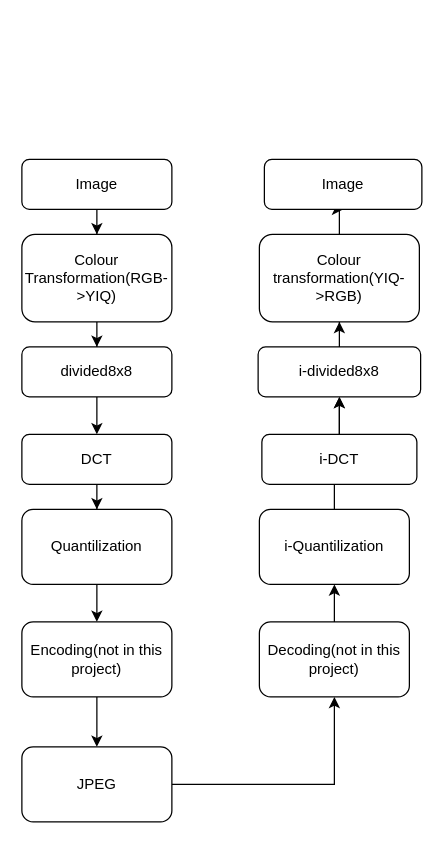
Earlier version of the draw.io diagram Untitled Diagram.drawio (ShutongJIN/JEPG_compression-decompression). Source tidied: cells renumbered, new cells numbered last; positions are measured from the earlier drawing's top-left corner, leaving out a move shared by most shapes. Both pictures are drawn from the tidied source at 125%, with x=0, y=0 at pixel (21, 159).
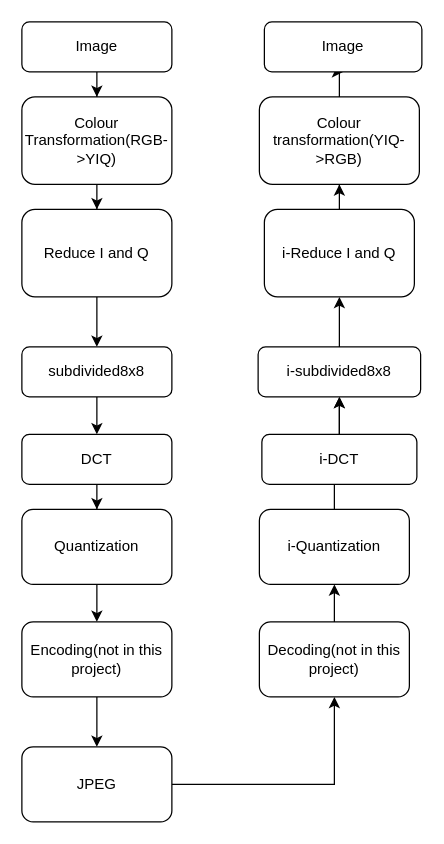
The same diagram, later.

What changed in the source:
```diff
@@
     <mxCell id="3" value="Image" style="rounded=1;whiteSpace=wrap;html=1;fontSize=12;glass=0;strokeWidth=1;shadow=0;" parent="1" vertex="1">
-      <mxGeometry width="120" height="40" as="geometry" />
+      <mxGeometry y="-110" width="120" height="40" as="geometry" />
     </mxCell>
@@
+    <mxCell id="27" style="edgeStyle=orthogonalEdgeStyle;rounded=0;jettySize=auto;html=1;" parent="1" edge="1" source="7" target="30">
+      <mxGeometry relative="1" as="geometry" />
+    </mxCell>
     <mxCell id="7" value="Colour Transformation(RGB-&amp;gt;YIQ)" style="rounded=1;whiteSpace=wrap;html=1;" parent="1" vertex="1">
-      <mxGeometry y="60" width="120" height="70" as="geometry" />
+      <mxGeometry y="-50" width="120" height="70" as="geometry" />
     </mxCell>
-    <mxCell id="8" value="divided8x8" style="rounded=1;whiteSpace=wrap;html=1;fontSize=12;glass=0;strokeWidth=1;shadow=0;" parent="1" vertex="1">
+    <mxCell id="8" value="subdivided8x8" style="rounded=1;whiteSpace=wrap;html=1;fontSize=12;glass=0;strokeWidth=1;shadow=0;" parent="1" vertex="1">
       <mxGeometry y="150" width="120" height="40" as="geometry" />
     </mxCell>
-    <mxCell id="9" style="edgeStyle=orthogonalEdgeStyle;rounded=0;jettySize=auto;html=1;" parent="1" edge="1" source="7" target="8">
-      <mxGeometry relative="1" as="geometry" />
-    </mxCell>
@@
-    <mxCell id="11" value="Quantilization" style="whiteSpace=wrap;html=1;rounded=1;shadow=0;strokeWidth=1;glass=0;" parent="1" vertex="1">
+    <mxCell id="11" value="Quantization" style="whiteSpace=wrap;html=1;rounded=1;shadow=0;strokeWidth=1;glass=0;" parent="1" vertex="1">
       <mxGeometry y="280" width="120" height="60" as="geometry" />
     </mxCell>
@@
-    <mxCell id="19" value="i-Quantilization" style="whiteSpace=wrap;html=1;rounded=1;shadow=0;strokeWidth=1;glass=0;" parent="1" vertex="1">
+    <mxCell id="19" value="i-Quantization" style="whiteSpace=wrap;html=1;rounded=1;shadow=0;strokeWidth=1;glass=0;" parent="1" vertex="1">
       <mxGeometry x="190" y="280" width="120" height="60" as="geometry" />
     </mxCell>
@@
-    <mxCell id="22" style="edgeStyle=orthogonalEdgeStyle;rounded=0;jettySize=auto;html=1;" parent="1" edge="1" source="23" target="25">
-      <mxGeometry relative="1" as="geometry" />
-    </mxCell>
+    <mxCell id="28" style="edgeStyle=orthogonalEdgeStyle;rounded=0;jettySize=auto;html=1;" parent="1" edge="1" source="23" target="32">
+      <mxGeometry relative="1" as="geometry" />
+    </mxCell>
-    <mxCell id="23" value="i-divided8x8" style="whiteSpace=wrap;html=1;rounded=1;shadow=0;strokeWidth=1;glass=0;" parent="1" vertex="1">
+    <mxCell id="23" value="i-subdivided8x8" style="whiteSpace=wrap;html=1;rounded=1;shadow=0;strokeWidth=1;glass=0;" parent="1" vertex="1">
       <mxGeometry x="189" y="150" width="130" height="40" as="geometry" />
     </mxCell>
@@
     <mxCell id="25" value="Colour transformation(YIQ-&amp;gt;RGB)" style="whiteSpace=wrap;html=1;rounded=1;shadow=0;strokeWidth=1;glass=0;" parent="1" vertex="1">
-      <mxGeometry x="190" y="60" width="128" height="70" as="geometry" />
+      <mxGeometry x="190" y="-50" width="128" height="70" as="geometry" />
     </mxCell>
     <mxCell id="26" value="Image" style="whiteSpace=wrap;html=1;rounded=1;shadow=0;strokeWidth=1;glass=0;" parent="1" vertex="1">
-      <mxGeometry x="194" width="126" height="40" as="geometry" />
+      <mxGeometry x="194" y="-110" width="126" height="40" as="geometry" />
     </mxCell>
+    <mxCell id="29" style="edgeStyle=orthogonalEdgeStyle;rounded=0;jettySize=auto;html=1;" parent="1" edge="1" source="30" target="8">
+      <mxGeometry relative="1" as="geometry" />
+    </mxCell>
+    <mxCell id="30" value="Reduce I and Q" style="rounded=1;whiteSpace=wrap;html=1;" parent="1" vertex="1">
+      <mxGeometry y="40" width="120" height="70" as="geometry" />
+    </mxCell>
+    <mxCell id="31" style="edgeStyle=orthogonalEdgeStyle;rounded=0;jettySize=auto;html=1;" parent="1" edge="1" source="32" target="25">
+      <mxGeometry relative="1" as="geometry" />
+    </mxCell>
+    <mxCell id="32" value="i-Reduce I and Q" style="rounded=1;whiteSpace=wrap;html=1;" parent="1" vertex="1">
+      <mxGeometry x="194" y="40" width="120" height="70" as="geometry" />
+    </mxCell>
```
